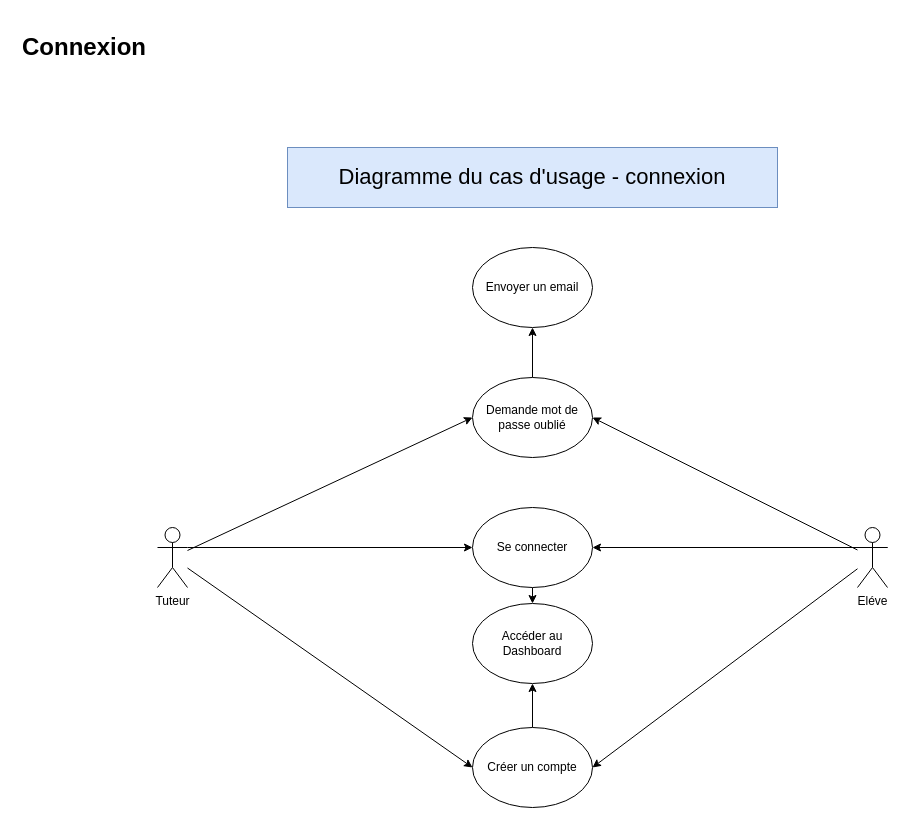
Before: page "Connexion" (2 of 6) of P10Uml.drawio in tetyanachouteau/P10LHome, a draw.io diagram. Source tidied: cells renumbered, new cells numbered last; positions are measured from the earlier drawing's top-left corner, leaving out a move shared by most shapes. Both pictures are drawn from the tidied source at 100%, with x=0, y=0 at pixel (17, 27).
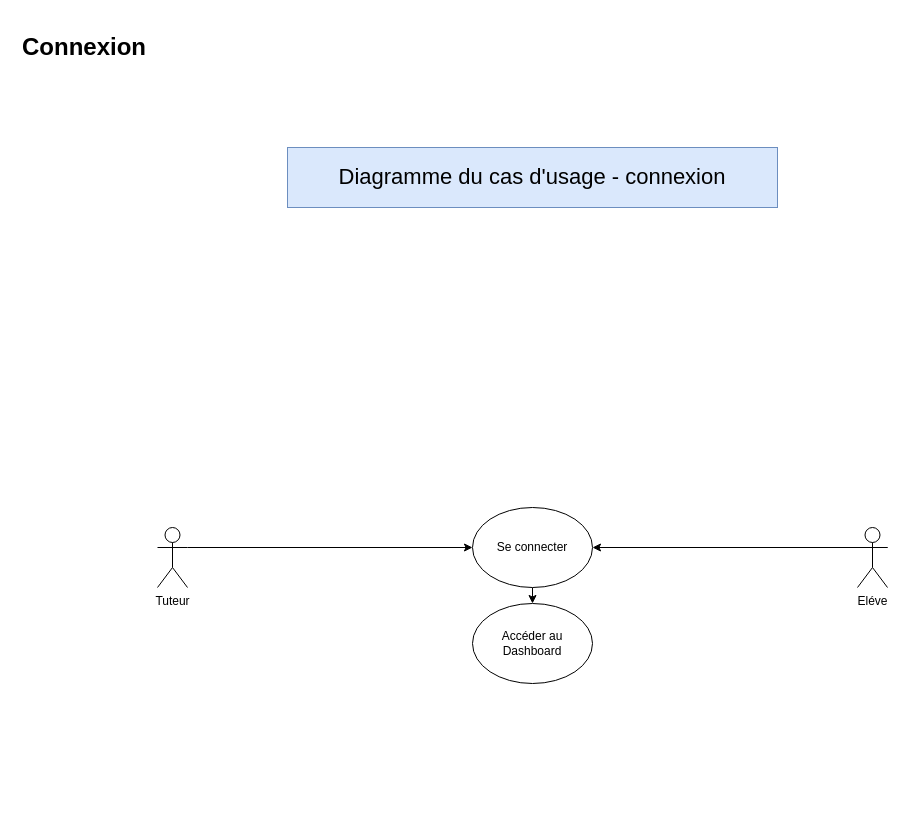
The same page after the edit.

The edit, as a diff of the source:
```diff
@@
 <mxGraphModel>
   <root>
     <mxCell id="0" />
     <mxCell id="1" parent="0" />
-    <mxCell id="2" style="rounded=0;jettySize=auto;html=1;entryX=0;entryY=0.5;entryDx=0;entryDy=0;" parent="1" edge="1" source="4" target="17">
-      <mxGeometry relative="1" as="geometry" />
-    </mxCell>
-    <mxCell id="3" style="rounded=0;jettySize=auto;html=1;entryX=0;entryY=0.5;entryDx=0;entryDy=0;" parent="1" edge="1" source="4" target="19">
-      <mxGeometry relative="1" as="geometry" />
-    </mxCell>
     <mxCell id="4" value="Tuteur" style="shape=umlActor;verticalLabelPosition=bottom;verticalAlign=top;html=1;outlineConnect=0;" parent="1" vertex="1">
       <mxGeometry x="140" y="500" width="30" height="60" as="geometry" />
     </mxCell>
     <mxCell id="5" style="rounded=0;jettySize=auto;html=1;exitX=1;exitY=0.3333333333333333;exitDx=0;exitDy=0;exitPerimeter=0;" parent="1" edge="1" source="8" target="10">
       <mxGeometry relative="1" as="geometry" />
     </mxCell>
-    <mxCell id="6" style="rounded=0;jettySize=auto;html=1;entryX=1;entryY=0.5;entryDx=0;entryDy=0;" parent="1" edge="1" source="8" target="17">
-      <mxGeometry relative="1" as="geometry" />
-    </mxCell>
-    <mxCell id="7" style="rounded=0;jettySize=auto;html=1;entryX=1;entryY=0.5;entryDx=0;entryDy=0;" parent="1" edge="1" source="8" target="19">
-      <mxGeometry relative="1" as="geometry" />
-    </mxCell>
     <mxCell id="8" value="Eléve" style="shape=umlActor;verticalLabelPosition=bottom;verticalAlign=top;html=1;outlineConnect=0;" parent="1" vertex="1">
       <mxGeometry x="840" y="500" width="30" height="60" as="geometry" />
     </mxCell>
     <mxCell id="9" style="edgeStyle=none;rounded=0;jettySize=auto;html=1;entryX=0.5;entryY=0;entryDx=0;entryDy=0;" parent="1" edge="1" source="10" target="12">
       <mxGeometry relative="1" as="geometry" />
     </mxCell>
     <mxCell id="10" value="Se connecter" style="ellipse;whiteSpace=wrap;html=1;" parent="1" vertex="1">
       <mxGeometry x="455" y="480" width="120" height="80" as="geometry" />
     </mxCell>
     <mxCell id="11" style="rounded=0;jettySize=auto;html=1;exitX=1;exitY=0.3333333333333333;exitDx=0;exitDy=0;exitPerimeter=0;" parent="1" edge="1" source="4" target="10">
       <mxGeometry relative="1" as="geometry" />
     </mxCell>
     <mxCell id="12" value="Accéder au Dashboard" style="ellipse;whiteSpace=wrap;html=1;" parent="1" vertex="1">
       <mxGeometry x="455" y="576" width="120" height="80" as="geometry" />
     </mxCell>
     <mxCell id="13" value="&lt;h1&gt;Connexion&lt;/h1&gt;" style="text;html=1;strokeColor=none;fillColor=none;spacing=5;spacingTop=-20;whiteSpace=wrap;overflow=hidden;rounded=0;" parent="1" vertex="1">
       <mxGeometry width="190" height="120" as="geometry" />
     </mxCell>
     <mxCell id="14" value="&lt;font style=&quot;font-size: 22px;&quot;&gt;Diagramme du cas d'usage - connexion&lt;/font&gt;" style="rounded=0;whiteSpace=wrap;html=1;fillColor=#dae8fc;strokeColor=#6c8ebf;" parent="1" vertex="1">
       <mxGeometry x="270" y="120" width="490" height="60" as="geometry" />
     </mxCell>
-    <mxCell id="15" value="Envoyer un email" style="ellipse;whiteSpace=wrap;html=1;" parent="1" vertex="1">
-      <mxGeometry x="455" y="220" width="120" height="80" as="geometry" />
-    </mxCell>
-    <mxCell id="16" style="rounded=0;jettySize=auto;html=1;" parent="1" edge="1" source="17" target="15">
-      <mxGeometry relative="1" as="geometry" />
-    </mxCell>
-    <mxCell id="17" value="Demande mot de passe oublié" style="ellipse;whiteSpace=wrap;html=1;" parent="1" vertex="1">
-      <mxGeometry x="455" y="350" width="120" height="80" as="geometry" />
-    </mxCell>
-    <mxCell id="18" style="edgeStyle=orthogonalEdgeStyle;rounded=0;jettySize=auto;html=1;" parent="1" edge="1" source="19" target="12">
-      <mxGeometry relative="1" as="geometry" />
-    </mxCell>
-    <mxCell id="19" value="Créer un compte" style="ellipse;whiteSpace=wrap;html=1;" parent="1" vertex="1">
-      <mxGeometry x="455" y="700" width="120" height="80" as="geometry" />
-    </mxCell>
   </root>
 </mxGraphModel>
```
